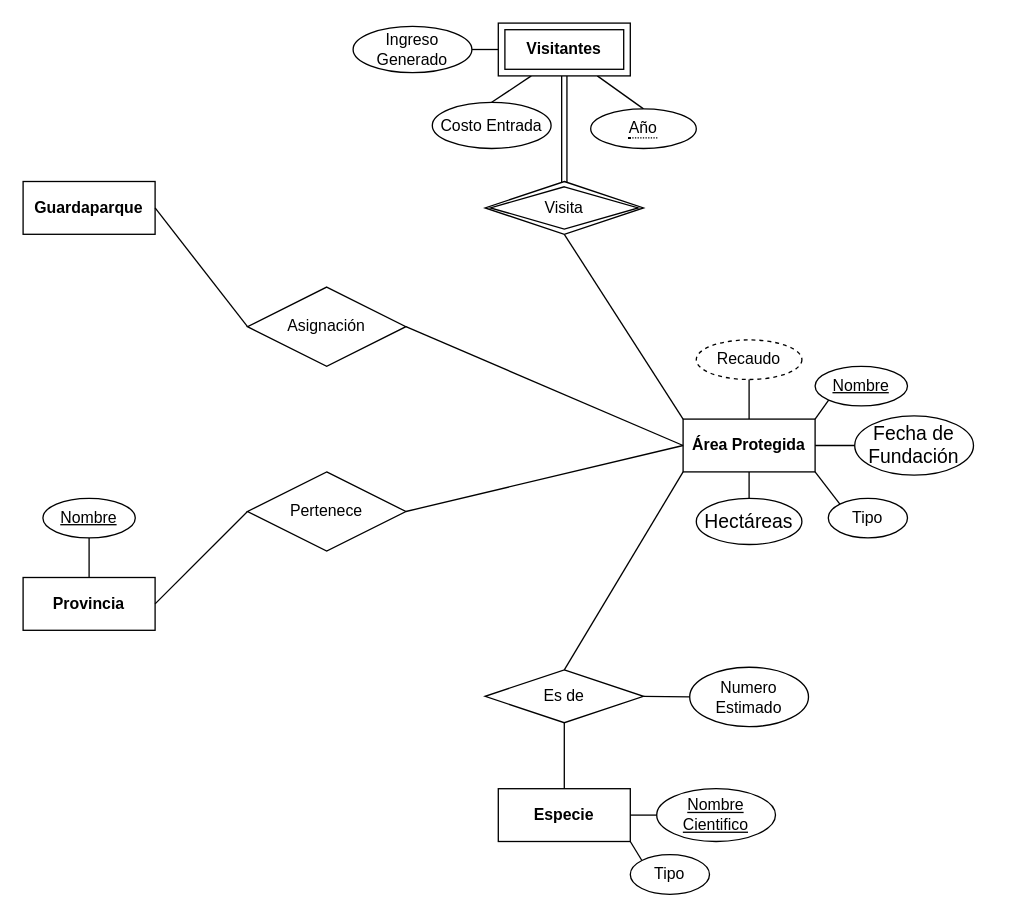
Before: Ej 1 .drawio in HowlingPython/Parcial_BasedeDatos, a draw.io diagram. Source tidied: cells renumbered, new cells numbered last; positions are measured from the earlier drawing's top-left corner, leaving out a move shared by most shapes. Both pictures are drawn from the tidied source at 132%, with x=0, y=0 at pixel (22, 22).
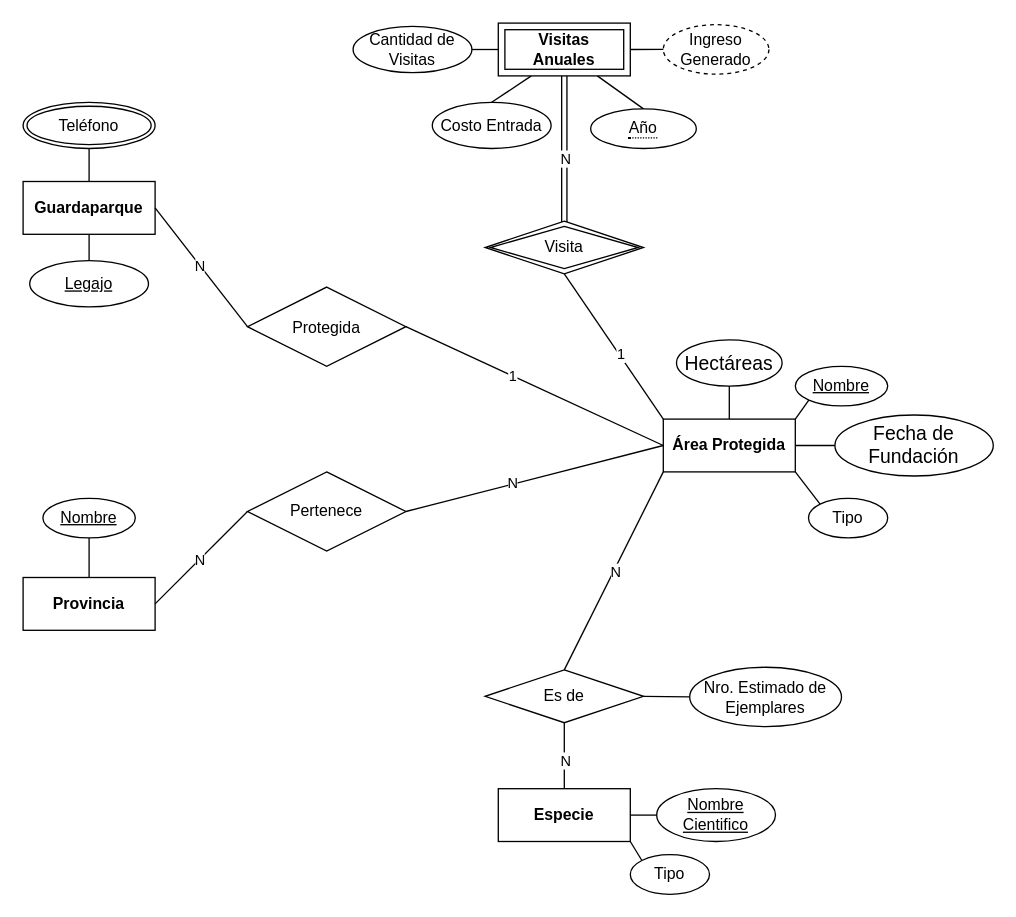
The same diagram, later.

The change refers to these unchanged cells:
```xml
<mxCell id="4" value="&lt;strong&gt;Guardaparque&lt;/strong&gt;" style="whiteSpace=wrap;html=1;align=center;" parent="1" vertex="1">
  <mxGeometry y="120" width="100" height="40" as="geometry" />
</mxCell>
<mxCell id="16" style="endArrow=none;html=1;rounded=0;entryX=0;entryY=0;entryDx=0;entryDy=0;exitX=0.5;exitY=1;exitDx=0;exitDy=0;" parent="1" edge="1" source="32" target="2">
  <mxGeometry relative="1" as="geometry" />
</mxCell>
<mxCell id="23" style="endArrow=none;html=1;rounded=0;entryX=0;entryY=0.5;entryDx=0;entryDy=0;exitX=1;exitY=0.5;exitDx=0;exitDy=0;" parent="1" edge="1" source="22" target="2">
  <mxGeometry relative="1" as="geometry" />
</mxCell>
<mxCell id="24" style="endArrow=none;html=1;rounded=0;entryX=0;entryY=0.5;entryDx=0;entryDy=0;exitX=1;exitY=0.5;exitDx=0;exitDy=0;" parent="1" edge="1" source="4" target="22">
  <mxGeometry relative="1" as="geometry" />
</mxCell>
<mxCell id="25" style="endArrow=none;html=1;rounded=0;entryX=0;entryY=1;entryDx=0;entryDy=0;exitX=0.5;exitY=0;exitDx=0;exitDy=0;" parent="1" edge="1" source="26" target="2">
  <mxGeometry relative="1" as="geometry" />
</mxCell>
<mxCell id="27" style="endArrow=none;html=1;rounded=0;entryX=0.5;entryY=1;entryDx=0;entryDy=0;exitX=0.5;exitY=0;exitDx=0;exitDy=0;" parent="1" edge="1" source="3" target="26">
  <mxGeometry relative="1" as="geometry" />
</mxCell>
<mxCell id="29" style="endArrow=none;html=1;rounded=0;entryX=0;entryY=0.5;entryDx=0;entryDy=0;exitX=1;exitY=0.5;exitDx=0;exitDy=0;" parent="1" edge="1" source="5" target="28">
  <mxGeometry relative="1" as="geometry" />
</mxCell>
<mxCell id="30" style="endArrow=none;html=1;rounded=0;entryX=0;entryY=0.5;entryDx=0;entryDy=0;exitX=1;exitY=0.5;exitDx=0;exitDy=0;" parent="1" edge="1" source="28" target="2">
  <mxGeometry relative="1" as="geometry" />
</mxCell>
<mxCell id="34" style="shape=link;html=1;rounded=0;entryX=0.5;entryY=1;entryDx=0;entryDy=0;exitX=0.5;exitY=0.016;exitDx=0;exitDy=0;exitPerimeter=0;" parent="1" edge="1" source="32" target="31">
  <mxGeometry relative="1" as="geometry" />
</mxCell>
```

Change to the diagram source:
```diff
@@
     <mxCell id="2" value="&lt;strong&gt;Área Protegida&lt;/strong&gt;" style="whiteSpace=wrap;html=1;align=center;" parent="1" vertex="1">
-      <mxGeometry x="500" y="300" width="100" height="40" as="geometry" />
+      <mxGeometry x="485" y="300" width="100" height="40" as="geometry" />
     </mxCell>
@@
-    <mxCell id="6" value="Recaudo" style="ellipse;whiteSpace=wrap;html=1;align=center;dashed=1;" parent="1" vertex="1">
-      <mxGeometry x="510" y="240" width="80" height="30" as="geometry" />
+    <mxCell id="6" value="Ingreso Generado" style="ellipse;whiteSpace=wrap;html=1;align=center;dashed=1;" parent="1" vertex="1">
+      <mxGeometry x="485" y="1.2" width="80" height="37.5" as="geometry" />
     </mxCell>
     <mxCell id="7" value="Nombre" style="ellipse;whiteSpace=wrap;html=1;align=center;fontStyle=4;" parent="1" vertex="1">
-      <mxGeometry x="600" y="260" width="70" height="30" as="geometry" />
+      <mxGeometry x="585" y="260" width="70" height="30" as="geometry" />
     </mxCell>
     <mxCell id="8" value="Tipo" style="ellipse;whiteSpace=wrap;html=1;align=center;" parent="1" vertex="1">
-      <mxGeometry x="610" y="360" width="60" height="30" as="geometry" />
+      <mxGeometry x="595" y="360" width="60" height="30" as="geometry" />
     </mxCell>
     <mxCell id="9" value="&lt;span style=&quot;font-size:11.0pt;line-height:&lt;br/&gt;115%;font-family:&amp;quot;Arial&amp;quot;,sans-serif;mso-fareast-font-family:Arial;mso-ansi-language:&lt;br/&gt;#000A;mso-fareast-language:EN-US;mso-bidi-language:AR-SA&quot; lang=&quot;es&quot;&gt;Fecha de Fundación&lt;/span&gt;" style="ellipse;whiteSpace=wrap;html=1;align=center;" parent="1" vertex="1">
-      <mxGeometry x="630" y="297.5" width="90" height="45" as="geometry" />
+      <mxGeometry x="615" y="296.9" width="120" height="46.2" as="geometry" />
     </mxCell>
     <mxCell id="10" value="&lt;span style=&quot;font-size:11.0pt;line-height:&lt;br/&gt;115%;font-family:&amp;quot;Arial&amp;quot;,sans-serif;mso-fareast-font-family:Arial;mso-ansi-language:&lt;br/&gt;#000A;mso-fareast-language:EN-US;mso-bidi-language:AR-SA&quot; lang=&quot;es&quot;&gt;Hectáreas &lt;/span&gt;" style="ellipse;whiteSpace=wrap;html=1;align=center;" parent="1" vertex="1">
-      <mxGeometry x="510" y="360" width="80" height="35" as="geometry" />
+      <mxGeometry x="495" y="240" width="80" height="35" as="geometry" />
     </mxCell>
-    <mxCell id="11" style="endArrow=none;html=1;rounded=0;entryX=0.5;entryY=0;entryDx=0;entryDy=0;exitX=0.5;exitY=1;exitDx=0;exitDy=0;" parent="1" edge="1" source="6" target="2">
+    <mxCell id="11" style="endArrow=none;html=1;rounded=0;entryX=1;entryY=0.5;entryDx=0;entryDy=0;exitX=0;exitY=0.5;exitDx=0;exitDy=0;" parent="1" edge="1" source="6" target="31">
       <mxGeometry relative="1" as="geometry" />
     </mxCell>
@@
-    <mxCell id="15" style="endArrow=none;html=1;rounded=0;entryX=0.5;entryY=1;entryDx=0;entryDy=0;exitX=0.5;exitY=0;exitDx=0;exitDy=0;" parent="1" edge="1" source="10" target="2">
+    <mxCell id="15" style="endArrow=none;html=1;rounded=0;entryX=0.5;entryY=0;entryDx=0;entryDy=0;exitX=0.5;exitY=1;exitDx=0;exitDy=0;" parent="1" edge="1" source="10" target="2">
       <mxGeometry relative="1" as="geometry" />
     </mxCell>
@@
+    <mxCell id="44" value="1" style="edgeLabel;html=1;align=center;verticalAlign=middle;" parent="16" vertex="1">
+      <mxGeometry x="0.03" y="2" relative="1" as="geometry">
+        <mxPoint x="2" y="5" as="offset" />
+      </mxGeometry>
+    </mxCell>
@@
-    <mxCell id="21" value="Ingreso Generado" style="ellipse;whiteSpace=wrap;html=1;align=center;" parent="1" vertex="1">
+    <mxCell id="21" value="Cantidad de Visitas" style="ellipse;whiteSpace=wrap;html=1;align=center;" parent="1" vertex="1">
       <mxGeometry x="250" y="2.5" width="90" height="35" as="geometry" />
     </mxCell>
-    <mxCell id="22" value="Asignación" style="shape=rhombus;perimeter=rhombusPerimeter;whiteSpace=wrap;html=1;align=center;" parent="1" vertex="1">
+    <mxCell id="22" value="&lt;font style=&quot;font-size: 12px;&quot;&gt;&lt;span style=&quot;line-height: 115%; font-family: &amp;quot;Arial&amp;quot;, sans-serif;&quot; lang=&quot;es&quot;&gt;Protegida&lt;/span&gt;&lt;/font&gt;&lt;span style=&quot;font-size:11.0pt;line-height:&lt;br/&gt;115%;font-family:&amp;quot;Arial&amp;quot;,sans-serif;mso-fareast-font-family:Arial;mso-ansi-language:&lt;br/&gt;#000A;mso-fareast-language:EN-US;mso-bidi-language:AR-SA&quot; lang=&quot;es&quot;&gt; &lt;/span&gt;" style="shape=rhombus;perimeter=rhombusPerimeter;whiteSpace=wrap;html=1;align=center;" parent="1" vertex="1">
       <mxGeometry x="170" y="200" width="120" height="60" as="geometry" />
     </mxCell>
@@
+    <mxCell id="45" value="1" style="edgeLabel;html=1;align=center;verticalAlign=middle;" parent="23" vertex="1">
+      <mxGeometry x="-0.22" y="-1" relative="1" as="geometry">
+        <mxPoint x="5" y="1" as="offset" />
+      </mxGeometry>
+    </mxCell>
@@
+    <mxCell id="46" value="N" style="edgeLabel;html=1;align=center;verticalAlign=middle;" parent="24" vertex="1">
+      <mxGeometry x="-0.34" y="-1" relative="1" as="geometry">
+        <mxPoint x="11" y="13" as="offset" />
+      </mxGeometry>
+    </mxCell>
@@
+    <mxCell id="47" value="N" style="edgeLabel;html=1;align=center;verticalAlign=middle;" parent="25" vertex="1">
+      <mxGeometry x="-0.16" y="-1" relative="1" as="geometry">
+        <mxPoint x="6" y="-12" as="offset" />
+      </mxGeometry>
+    </mxCell>
@@
+    <mxCell id="48" value="N" style="edgeLabel;html=1;align=center;verticalAlign=middle;" parent="27" vertex="1">
+      <mxGeometry x="-0.14" relative="1" as="geometry" />
+    </mxCell>
@@
+    <mxCell id="49" value="N" style="edgeLabel;html=1;align=center;verticalAlign=middle;" parent="29" vertex="1">
+      <mxGeometry x="-0.47" y="-1" relative="1" as="geometry">
+        <mxPoint x="14" y="-16" as="offset" />
+      </mxGeometry>
+    </mxCell>
@@
+    <mxCell id="50" value="N" style="edgeLabel;html=1;align=center;verticalAlign=middle;" parent="30" vertex="1">
+      <mxGeometry x="-0.18" relative="1" as="geometry">
+        <mxPoint y="-1" as="offset" />
+      </mxGeometry>
+    </mxCell>
-    <mxCell id="31" value="&lt;strong&gt;Visitantes &lt;/strong&gt;" style="shape=ext;margin=3;double=1;whiteSpace=wrap;html=1;align=center;" parent="1" vertex="1">
+    <mxCell id="31" value="&lt;strong&gt;Visitas Anuales&lt;/strong&gt;" style="shape=ext;margin=3;double=1;whiteSpace=wrap;html=1;align=center;" parent="1" vertex="1">
       <mxGeometry x="360" width="100" height="40" as="geometry" />
     </mxCell>
     <mxCell id="32" value="Visita" style="shape=rhombus;double=1;perimeter=rhombusPerimeter;whiteSpace=wrap;html=1;align=center;" parent="1" vertex="1">
-      <mxGeometry x="350" y="120" width="120" height="40" as="geometry" />
+      <mxGeometry x="350" y="150" width="120" height="40" as="geometry" />
     </mxCell>
@@
+    <mxCell id="51" value="N" style="edgeLabel;html=1;align=center;verticalAlign=middle;" parent="34" vertex="1">
+      <mxGeometry x="-0.13" relative="1" as="geometry" />
+    </mxCell>
@@
-    <mxCell id="43" value="Numero Estimado" style="ellipse;whiteSpace=wrap;html=1;align=center;" parent="1" vertex="1">
-      <mxGeometry x="505" y="488" width="90" height="45" as="geometry" />
+    <mxCell id="43" value="Nro. Estimado de Ejemplares" style="ellipse;whiteSpace=wrap;html=1;align=center;" parent="1" vertex="1">
+      <mxGeometry x="505" y="488" width="115" height="45" as="geometry" />
     </mxCell>
+    <mxCell id="52" style="endArrow=none;html=1;rounded=0;exitX=0.5;exitY=0;exitDx=0;exitDy=0;entryX=0.5;entryY=1;entryDx=0;entryDy=0;" parent="1" edge="1" source="53" target="4">
+      <mxGeometry relative="1" as="geometry" />
+    </mxCell>
+    <mxCell id="53" value="&lt;u&gt;Legajo&lt;/u&gt;" style="ellipse;whiteSpace=wrap;html=1;align=center;" parent="1" vertex="1">
+      <mxGeometry x="5" y="180" width="90" height="35" as="geometry" />
+    </mxCell>
+    <mxCell id="54" style="endArrow=none;html=1;rounded=0;entryX=0.5;entryY=0;entryDx=0;entryDy=0;exitX=0.5;exitY=1;exitDx=0;exitDy=0;" parent="1" edge="1" source="55" target="4">
+      <mxGeometry relative="1" as="geometry" />
+    </mxCell>
+    <mxCell id="55" value="Teléfono" style="ellipse;shape=doubleEllipse;margin=3;whiteSpace=wrap;html=1;align=center;" parent="1" vertex="1">
+      <mxGeometry y="60" width="100" height="35" as="geometry" />
+    </mxCell>
```
